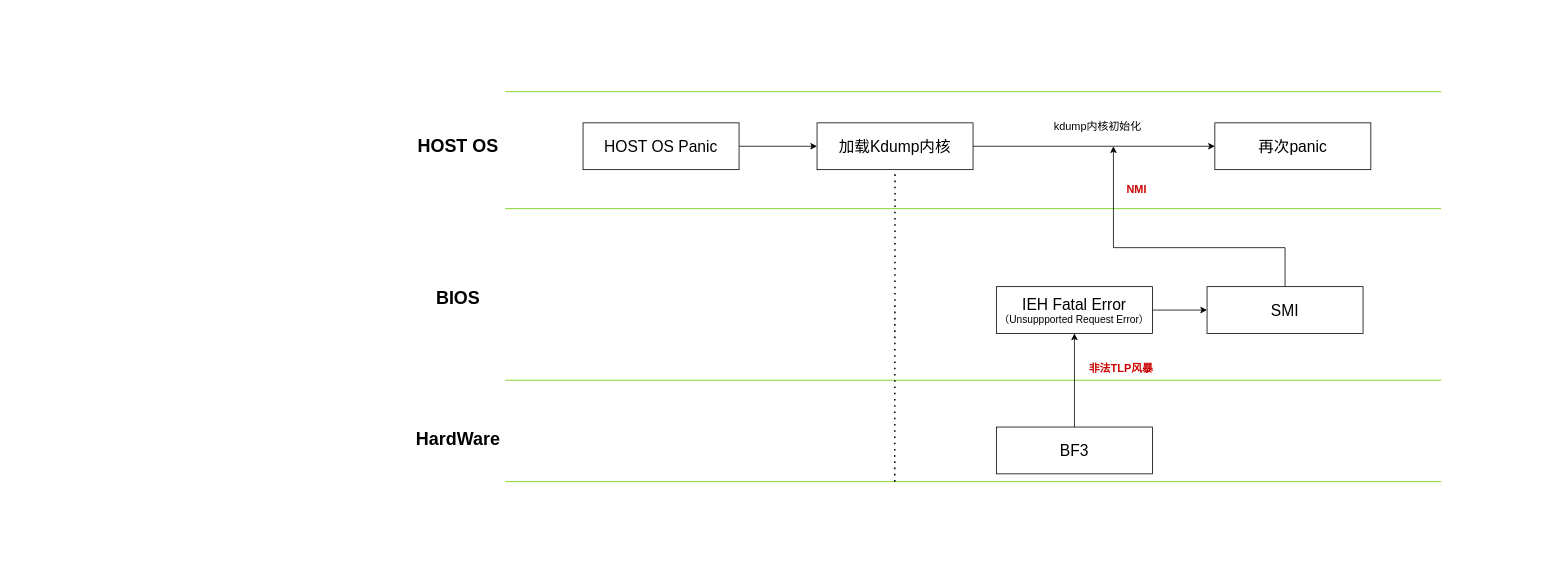
Above: 网卡触发nmi.drawio in wbzzx-bb/wb-linux (draw.io), before the change. Source tidied: cells renumbered, new cells numbered last; positions are measured from the earlier drawing's top-left corner, leaving out a move shared by most shapes. Both pictures are drawn from the tidied source at 78%, with x=0, y=0 at pixel (364, 13).
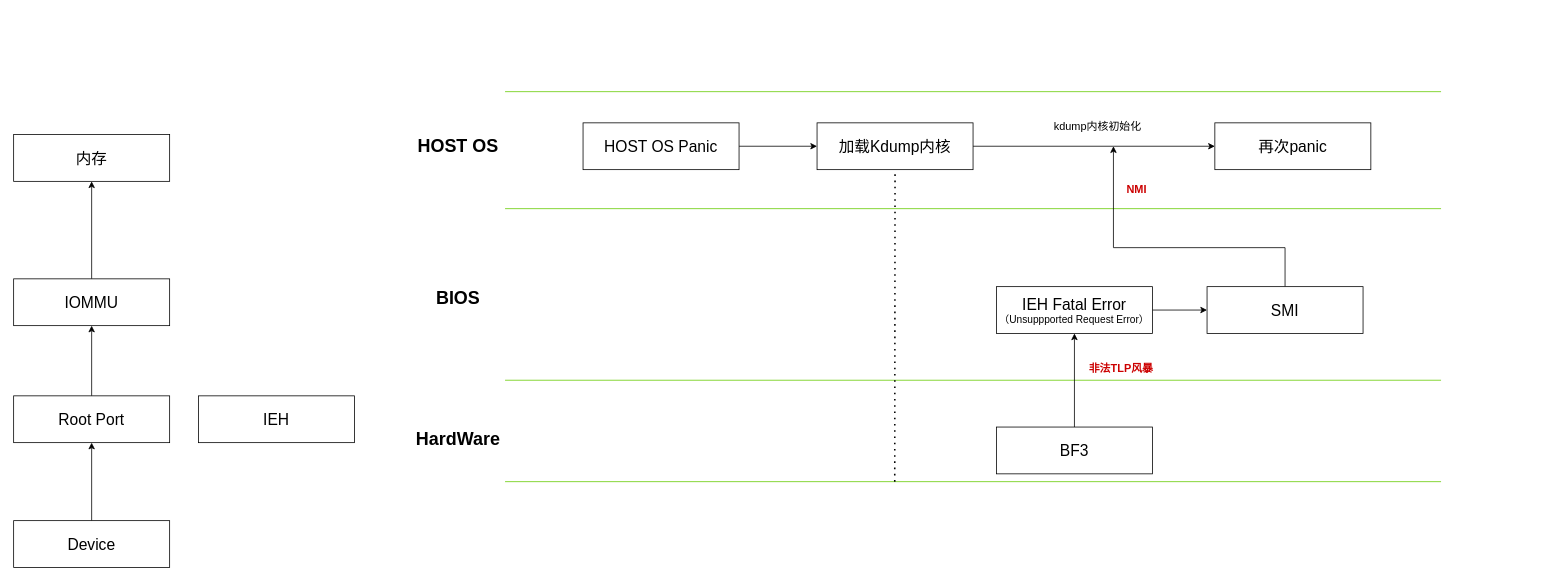
After the change.

Commit message:
更新网卡触发nmi.drawio

Diff of the diagram source:
```diff
@@
+    <mxCell id="25" style="edgeStyle=orthogonalEdgeStyle;rounded=0;jettySize=auto;html=1;entryX=0.5;entryY=1;entryDx=0;entryDy=0;" parent="1" edge="1" source="26" target="28">
+      <mxGeometry relative="1" as="geometry" />
+    </mxCell>
+    <mxCell id="26" value="&lt;font style=&quot;font-size: 20px;&quot;&gt;Device&lt;/font&gt;" style="rounded=0;whiteSpace=wrap;html=1;" parent="1" vertex="1">
+      <mxGeometry x="-450" y="650" width="200" height="60" as="geometry" />
+    </mxCell>
+    <mxCell id="27" style="edgeStyle=orthogonalEdgeStyle;rounded=0;jettySize=auto;html=1;entryX=0.5;entryY=1;entryDx=0;entryDy=0;" parent="1" edge="1" source="28" target="30">
+      <mxGeometry relative="1" as="geometry" />
+    </mxCell>
+    <mxCell id="28" value="&lt;font style=&quot;font-size: 20px;&quot;&gt;Root Port&lt;/font&gt;" style="rounded=0;whiteSpace=wrap;html=1;" parent="1" vertex="1">
+      <mxGeometry x="-450" y="490" width="200" height="60" as="geometry" />
+    </mxCell>
+    <mxCell id="29" style="edgeStyle=orthogonalEdgeStyle;rounded=0;jettySize=auto;html=1;entryX=0.5;entryY=1;entryDx=0;entryDy=0;" parent="1" edge="1" source="30" target="31">
+      <mxGeometry relative="1" as="geometry" />
+    </mxCell>
+    <mxCell id="30" value="&lt;font style=&quot;font-size: 20px;&quot;&gt;IOMMU&lt;/font&gt;" style="rounded=0;whiteSpace=wrap;html=1;" parent="1" vertex="1">
+      <mxGeometry x="-450" y="340" width="200" height="60" as="geometry" />
+    </mxCell>
+    <mxCell id="31" value="&lt;span style=&quot;font-size: 20px;&quot;&gt;内存&lt;/span&gt;" style="rounded=0;whiteSpace=wrap;html=1;" parent="1" vertex="1">
+      <mxGeometry x="-450" y="155" width="200" height="60" as="geometry" />
+    </mxCell>
+    <mxCell id="32" value="&lt;span style=&quot;font-size: 20px;&quot;&gt;IEH&lt;/span&gt;" style="rounded=0;whiteSpace=wrap;html=1;" parent="1" vertex="1">
+      <mxGeometry x="-213" y="490" width="200" height="60" as="geometry" />
+    </mxCell>
```
